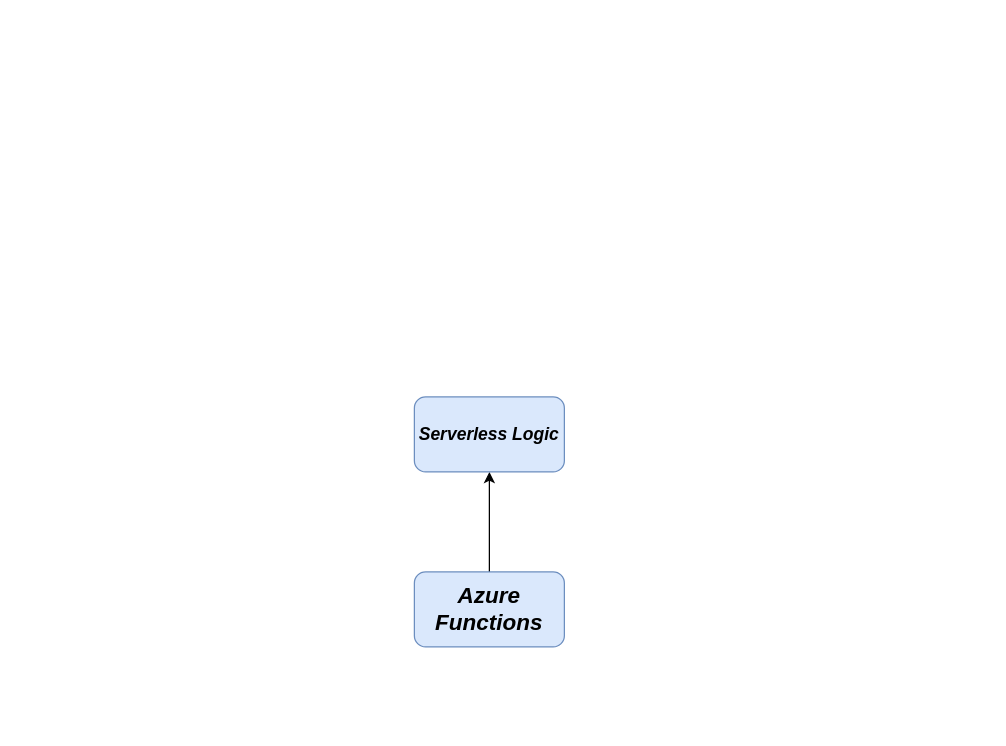
Above: Azure Functions.drawio in Redcouz/AzureDevOpsDiagram (draw.io), before the change. Source tidied: cells renumbered, new cells numbered last; positions are measured from the earlier drawing's top-left corner, leaving out a move shared by most shapes. Both pictures are drawn from the tidied source at 125%, with x=0, y=0 at pixel (414, 396).
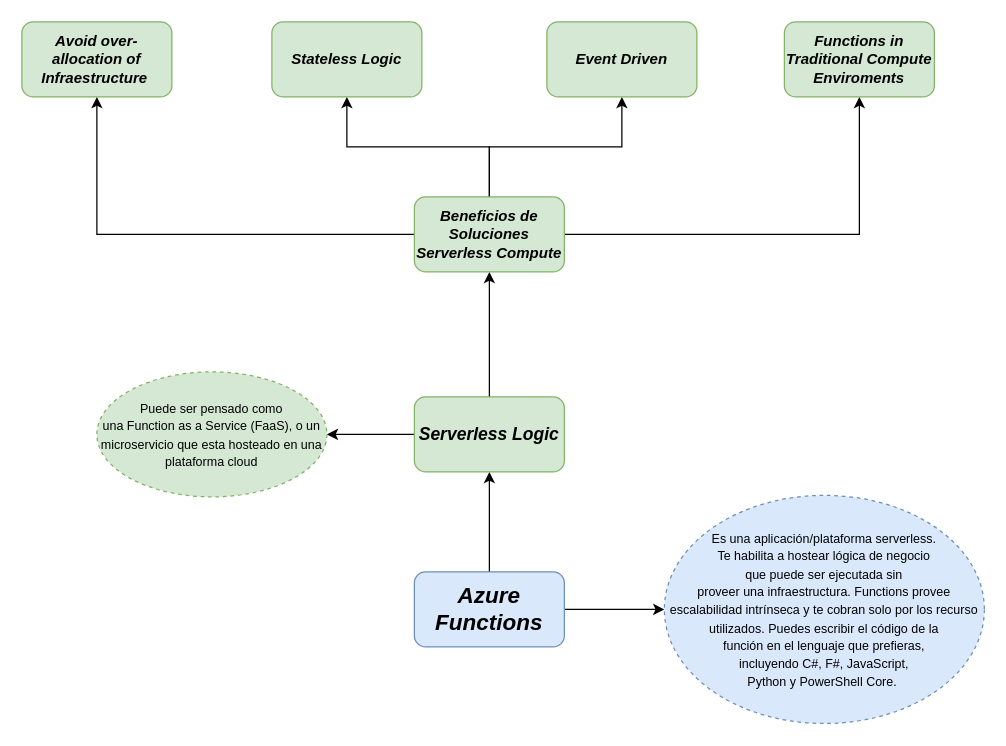
The same page after the edit.

Unchanged cells that the change refers to:
```xml
<mxCell id="3" value="&lt;b&gt;&lt;i&gt;&lt;font style=&quot;font-size: 18px&quot;&gt;Azure Functions&lt;/font&gt;&lt;/i&gt;&lt;/b&gt;" style="rounded=1;whiteSpace=wrap;html=1;fillColor=#dae8fc;strokeColor=#6c8ebf;" parent="1" vertex="1">
  <mxGeometry y="140" width="120" height="60" as="geometry" />
</mxCell>
```

Diff of the diagram source:
```diff
@@
+    <mxCell id="5" style="edgeStyle=orthogonalEdgeStyle;rounded=0;jettySize=auto;html=1;fontSize=14;" parent="1" edge="1" source="3" target="13">
+      <mxGeometry relative="1" as="geometry">
+        <Array as="points">
+          <mxPoint x="186" y="170" />
+          <mxPoint x="186" y="170" />
+        </Array>
+      </mxGeometry>
+    </mxCell>
@@
+    <mxCell id="6" style="edgeStyle=orthogonalEdgeStyle;rounded=0;jettySize=auto;html=1;fontSize=14;" parent="1" edge="1" source="4" target="12">
+      <mxGeometry relative="1" as="geometry">
+        <Array as="points">
+          <mxPoint x="60" y="-60" />
+          <mxPoint x="60" y="-60" />
+        </Array>
+      </mxGeometry>
+    </mxCell>
+    <mxCell id="7" style="edgeStyle=orthogonalEdgeStyle;rounded=0;jettySize=auto;html=1;fontSize=10;" parent="1" edge="1" source="4" target="14">
+      <mxGeometry relative="1" as="geometry" />
+    </mxCell>
-    <mxCell id="4" value="&lt;font style=&quot;font-size: 14px&quot;&gt;&lt;b&gt;&lt;i&gt;Serverless Logic&lt;/i&gt;&lt;/b&gt;&lt;/font&gt;" style="whiteSpace=wrap;html=1;rounded=1;strokeColor=#6c8ebf;fillColor=#dae8fc;" parent="1" vertex="1">
+    <mxCell id="4" value="&lt;font style=&quot;font-size: 14px&quot;&gt;&lt;b&gt;&lt;i&gt;Serverless Logic&lt;/i&gt;&lt;/b&gt;&lt;/font&gt;" style="whiteSpace=wrap;html=1;rounded=1;strokeColor=#82b366;fillColor=#d5e8d4;" parent="1" vertex="1">
       <mxGeometry width="120" height="60" as="geometry" />
     </mxCell>
+    <mxCell id="8" style="edgeStyle=orthogonalEdgeStyle;rounded=0;jettySize=auto;html=1;fontSize=10;" parent="1" edge="1" source="12" target="15">
+      <mxGeometry relative="1" as="geometry" />
+    </mxCell>
+    <mxCell id="9" style="edgeStyle=orthogonalEdgeStyle;rounded=0;jettySize=auto;html=1;fontSize=10;" parent="1" edge="1" source="12" target="16">
+      <mxGeometry relative="1" as="geometry" />
+    </mxCell>
+    <mxCell id="10" style="edgeStyle=orthogonalEdgeStyle;rounded=0;jettySize=auto;html=1;fontSize=10;" parent="1" edge="1" source="12" target="17">
+      <mxGeometry relative="1" as="geometry" />
+    </mxCell>
+    <mxCell id="11" style="edgeStyle=orthogonalEdgeStyle;rounded=0;jettySize=auto;html=1;fontSize=10;" parent="1" edge="1" source="12" target="18">
+      <mxGeometry relative="1" as="geometry" />
+    </mxCell>
+    <mxCell id="12" value="&lt;b&gt;&lt;i&gt;Beneficios de Soluciones Serverless Compute&lt;/i&gt;&lt;/b&gt;" style="whiteSpace=wrap;html=1;rounded=1;strokeColor=#82b366;fillColor=#d5e8d4;" parent="1" vertex="1">
+      <mxGeometry y="-160" width="120" height="60" as="geometry" />
+    </mxCell>
+    <mxCell id="13" value="&lt;font style=&quot;font-size: 10px&quot;&gt;Es una aplicación/plataforma serverless. &lt;br&gt;Te habilita a hostear lógica de negocio &lt;br&gt;que puede ser ejecutada sin &lt;br&gt;proveer una infraestructura. Functions provee escalabilidad intrínseca y te cobran solo por los recurso utilizados. Puedes escribir el código de la &lt;br&gt;función en el lenguaje que prefieras, &lt;br&gt;incluyendo C#, F#, JavaScript, &lt;br&gt;Python y PowerShell Core.&amp;nbsp;&lt;/font&gt;" style="ellipse;whiteSpace=wrap;html=1;rounded=1;strokeColor=#6c8ebf;fillColor=#dae8fc;dashed=1;" parent="1" vertex="1">
+      <mxGeometry x="200" y="78.8" width="256" height="182.5" as="geometry" />
+    </mxCell>
+    <mxCell id="14" value="&lt;font style=&quot;font-size: 10px&quot;&gt;Puede ser pensado como &lt;br&gt;una Function as a Service (FaaS), o un microservicio que esta hosteado en una plataforma cloud&lt;/font&gt;" style="ellipse;whiteSpace=wrap;html=1;rounded=1;strokeColor=#82b366;fillColor=#d5e8d4;dashed=1;" parent="1" vertex="1">
+      <mxGeometry x="-254" y="-20" width="184" height="100" as="geometry" />
+    </mxCell>
+    <mxCell id="15" value="&lt;b&gt;&lt;i&gt;Event Driven&lt;/i&gt;&lt;/b&gt;" style="whiteSpace=wrap;html=1;rounded=1;strokeColor=#82b366;fillColor=#d5e8d4;" parent="1" vertex="1">
+      <mxGeometry x="106" y="-300" width="120" height="60" as="geometry" />
+    </mxCell>
+    <mxCell id="16" value="&lt;b&gt;&lt;i&gt;Stateless Logic&lt;/i&gt;&lt;/b&gt;" style="whiteSpace=wrap;html=1;rounded=1;strokeColor=#82b366;fillColor=#d5e8d4;" parent="1" vertex="1">
+      <mxGeometry x="-114" y="-300" width="120" height="60" as="geometry" />
+    </mxCell>
+    <mxCell id="17" value="&lt;b&gt;&lt;i&gt;Avoid over-allocation of Infraestructure&lt;/i&gt;&lt;/b&gt;&amp;nbsp;" style="whiteSpace=wrap;html=1;rounded=1;strokeColor=#82b366;fillColor=#d5e8d4;" parent="1" vertex="1">
+      <mxGeometry x="-314" y="-300" width="120" height="60" as="geometry" />
+    </mxCell>
+    <mxCell id="18" value="&lt;b&gt;&lt;i&gt;Functions in Traditional Compute Enviroments&lt;/i&gt;&lt;/b&gt;" style="whiteSpace=wrap;html=1;rounded=1;strokeColor=#82b366;fillColor=#d5e8d4;" parent="1" vertex="1">
+      <mxGeometry x="296" y="-300" width="120" height="60" as="geometry" />
+    </mxCell>
```
